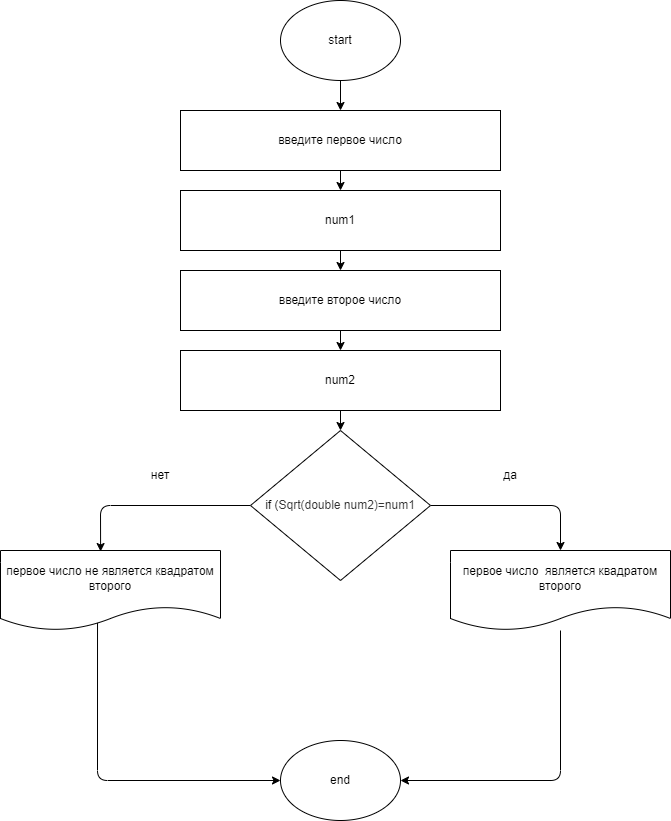
The draw.io diagram S1/HomeWork2/task001.drawio.png in 255Vladimir255/HelloCode-new, before a commit. Source tidied: cells renumbered, new cells last; positions are measured from the earlier drawing's top-left corner, leaving out a move shared by most shapes.
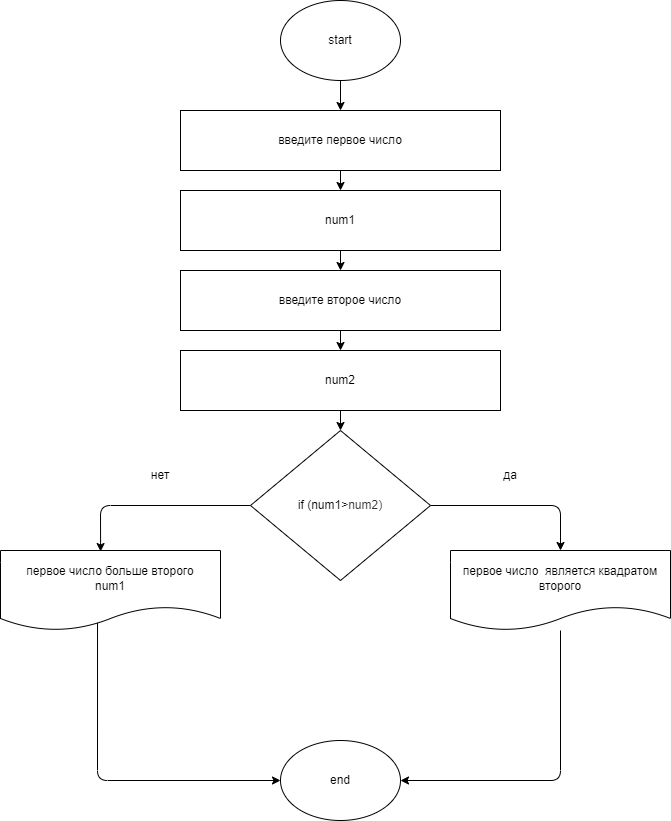
After the commit.

What changed in the source:
```diff
@@ -27,7 +27,7 @@
         </Array>
       </mxGeometry>
     </mxCell>
-    <mxCell id="9" value="первое число не является квадратом второго" style="shape=document;whiteSpace=wrap;html=1;boundedLbl=1;" parent="1" vertex="1">
+    <mxCell id="9" value="первое число больше второго&lt;br&gt;num1" style="shape=document;whiteSpace=wrap;html=1;boundedLbl=1;" parent="1" vertex="1">
       <mxGeometry y="550" width="220" height="80" as="geometry" />
     </mxCell>
     <mxCell id="10" value="end" style="ellipse;whiteSpace=wrap;html=1;" parent="1" vertex="1">
@@ -59,7 +59,7 @@
         </Array>
       </mxGeometry>
     </mxCell>
-    <mxCell id="17" value="&lt;font style=&quot;font-size: 12px&quot;&gt;if (&lt;span style=&quot;color: rgb(51 , 51 , 51) ; font-family: &amp;#34;ys text&amp;#34; , &amp;#34;arial&amp;#34; , &amp;#34;helvetica&amp;#34; , &amp;#34;arial unicode ms&amp;#34; , sans-serif ; background-color: rgb(255 , 255 , 255)&quot;&gt;&lt;font&gt;Sqrt(double num2)=num1&lt;/font&gt;&lt;/span&gt;&lt;/font&gt;" style="rhombus;whiteSpace=wrap;html=1;" parent="1" vertex="1">
+    <mxCell id="17" value="&lt;font style=&quot;font-size: 12px&quot;&gt;if (num1&amp;gt;&lt;font color=&quot;#333333&quot; face=&quot;ys text, arial, helvetica, arial unicode ms, sans-serif&quot;&gt;&lt;span style=&quot;background-color: rgb(255 , 255 , 255)&quot;&gt;num2)&lt;/span&gt;&lt;/font&gt;&lt;/font&gt;" style="rhombus;whiteSpace=wrap;html=1;" parent="1" vertex="1">
       <mxGeometry x="250" y="430" width="180" height="150" as="geometry" />
     </mxCell>
     <mxCell id="18" style="edgeStyle=none;html=1;entryX=1;entryY=0.5;entryDx=0;entryDy=0;fontSize=12;" parent="1" edge="1" source="19" target="10">
```
